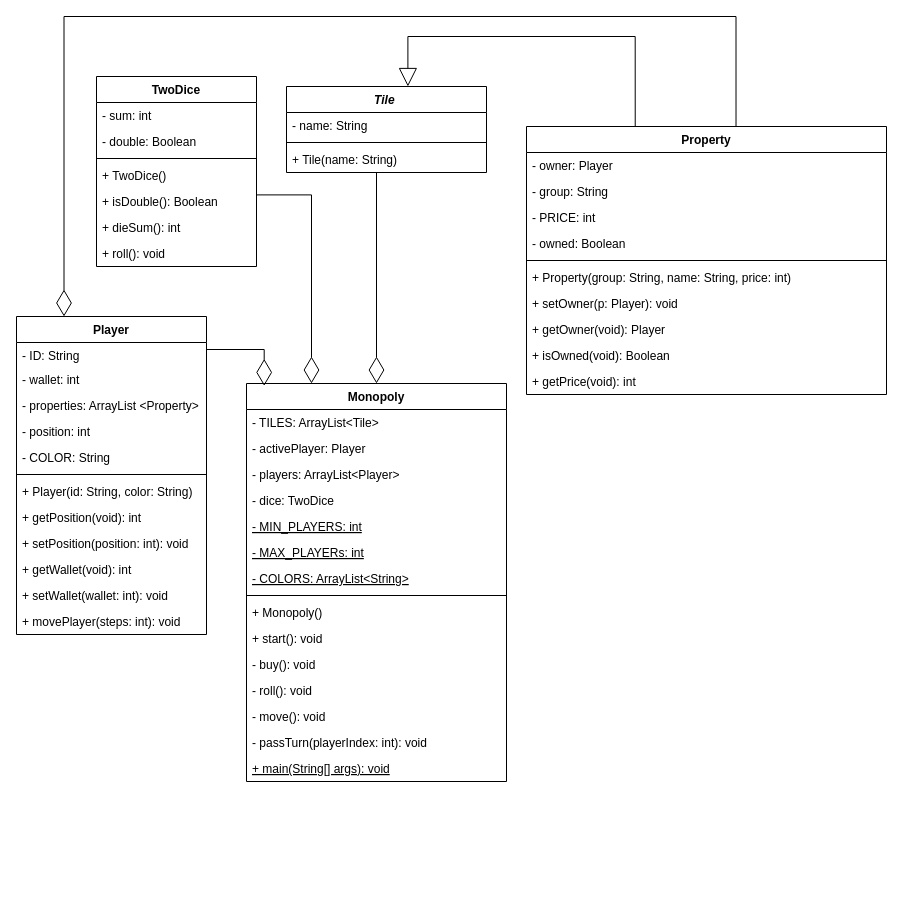
The draw.io diagram MonoplyMilestone1.drawio in MiniEinsteinD/MonopolyGame, before the edit. Source tidied: cells renumbered, new cells numbered last; positions are measured from the earlier drawing's top-left corner, leaving out a move shared by most shapes. Both pictures are drawn from the tidied source at 100%, with x=0, y=0 at pixel (16, 16).
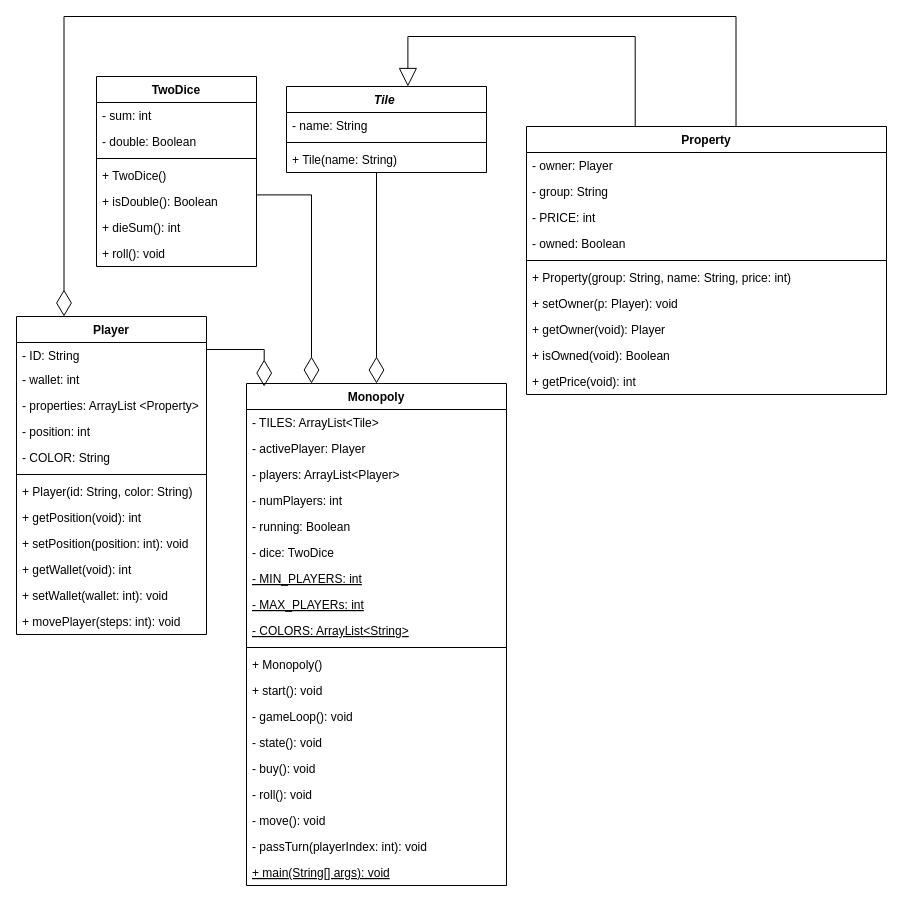
Above is the later version.

The edit, as a diff of the source:
```diff
@@
     <mxCell id="30" value="Monopoly" style="swimlane;fontStyle=1;align=center;verticalAlign=top;horizontal=1;startSize=26;" parent="1" vertex="1">
-      <mxGeometry x="230" y="367" width="260" height="398" as="geometry" />
+      <mxGeometry x="230" y="367" width="260" height="502" as="geometry" />
     </mxCell>
@@
+    <mxCell id="59" value="- numPlayers: int" style="text;strokeColor=none;fillColor=none;align=left;verticalAlign=top;spacingLeft=4;spacingRight=4;overflow=hidden;" parent="30" vertex="1">
+      <mxGeometry y="104" width="260" height="26" as="geometry" />
+    </mxCell>
+    <mxCell id="60" value="- running: Boolean" style="text;strokeColor=none;fillColor=none;align=left;verticalAlign=top;spacingLeft=4;spacingRight=4;overflow=hidden;" parent="30" vertex="1">
+      <mxGeometry y="130" width="260" height="26" as="geometry" />
+    </mxCell>
     <mxCell id="34" value="- dice: TwoDice" style="text;strokeColor=none;fillColor=none;align=left;verticalAlign=top;spacingLeft=4;spacingRight=4;overflow=hidden;" parent="30" vertex="1">
-      <mxGeometry y="104" width="260" height="26" as="geometry" />
+      <mxGeometry y="156" width="260" height="26" as="geometry" />
     </mxCell>
     <mxCell id="35" value="- MIN_PLAYERS: int" style="text;strokeColor=none;fillColor=none;align=left;verticalAlign=top;spacingLeft=4;spacingRight=4;overflow=hidden;fontStyle=4;" parent="30" vertex="1">
-      <mxGeometry y="130" width="260" height="26" as="geometry" />
+      <mxGeometry y="182" width="260" height="26" as="geometry" />
     </mxCell>
     <mxCell id="36" value="- MAX_PLAYERs: int" style="text;strokeColor=none;fillColor=none;align=left;verticalAlign=top;spacingLeft=4;spacingRight=4;overflow=hidden;fontStyle=4;" parent="30" vertex="1">
-      <mxGeometry y="156" width="260" height="26" as="geometry" />
+      <mxGeometry y="208" width="260" height="26" as="geometry" />
     </mxCell>
     <mxCell id="37" value="- COLORS: ArrayList&lt;String&gt;" style="text;strokeColor=none;fillColor=none;align=left;verticalAlign=top;spacingLeft=4;spacingRight=4;overflow=hidden;fontStyle=4;" parent="30" vertex="1">
-      <mxGeometry y="182" width="260" height="26" as="geometry" />
+      <mxGeometry y="234" width="260" height="26" as="geometry" />
     </mxCell>
     <mxCell id="38" style="line;strokeWidth=1;fillColor=none;align=left;verticalAlign=middle;spacingTop=-1;spacingLeft=3;spacingRight=3;labelPosition=right;" parent="30" vertex="1">
-      <mxGeometry y="208" width="260" height="8" as="geometry" />
+      <mxGeometry y="260" width="260" height="8" as="geometry" />
     </mxCell>
     <mxCell id="39" value="+ Monopoly()" style="text;strokeColor=none;fillColor=none;align=left;verticalAlign=top;spacingLeft=4;spacingRight=4;overflow=hidden;" parent="30" vertex="1">
-      <mxGeometry y="216" width="260" height="26" as="geometry" />
+      <mxGeometry y="268" width="260" height="26" as="geometry" />
     </mxCell>
     <mxCell id="40" value="+ start(): void" style="text;strokeColor=none;fillColor=none;align=left;verticalAlign=top;spacingLeft=4;spacingRight=4;overflow=hidden;" parent="30" vertex="1">
-      <mxGeometry y="242" width="260" height="26" as="geometry" />
+      <mxGeometry y="294" width="260" height="26" as="geometry" />
     </mxCell>
+    <mxCell id="61" value="- gameLoop(): void" style="text;strokeColor=none;fillColor=none;align=left;verticalAlign=top;spacingLeft=4;spacingRight=4;overflow=hidden;" parent="30" vertex="1">
+      <mxGeometry y="320" width="260" height="26" as="geometry" />
+    </mxCell>
+    <mxCell id="62" value="- state(): void" style="text;strokeColor=none;fillColor=none;align=left;verticalAlign=top;spacingLeft=4;spacingRight=4;overflow=hidden;" parent="30" vertex="1">
+      <mxGeometry y="346" width="260" height="26" as="geometry" />
+    </mxCell>
     <mxCell id="41" value="- buy(): void" style="text;strokeColor=none;fillColor=none;align=left;verticalAlign=top;spacingLeft=4;spacingRight=4;overflow=hidden;" parent="30" vertex="1">
-      <mxGeometry y="268" width="260" height="26" as="geometry" />
+      <mxGeometry y="372" width="260" height="26" as="geometry" />
     </mxCell>
     <mxCell id="42" value="- roll(): void " style="text;strokeColor=none;fillColor=none;align=left;verticalAlign=top;spacingLeft=4;spacingRight=4;overflow=hidden;" parent="30" vertex="1">
-      <mxGeometry y="294" width="260" height="26" as="geometry" />
+      <mxGeometry y="398" width="260" height="26" as="geometry" />
     </mxCell>
     <mxCell id="43" value="- move(): void" style="text;strokeColor=none;fillColor=none;align=left;verticalAlign=top;spacingLeft=4;spacingRight=4;overflow=hidden;" parent="30" vertex="1">
-      <mxGeometry y="320" width="260" height="26" as="geometry" />
+      <mxGeometry y="424" width="260" height="26" as="geometry" />
     </mxCell>
     <mxCell id="44" value="- passTurn(playerIndex: int): void " style="text;strokeColor=none;fillColor=none;align=left;verticalAlign=top;spacingLeft=4;spacingRight=4;overflow=hidden;" parent="30" vertex="1">
-      <mxGeometry y="346" width="260" height="26" as="geometry" />
+      <mxGeometry y="450" width="260" height="26" as="geometry" />
     </mxCell>
     <mxCell id="45" value="+ main(String[] args): void" style="text;strokeColor=none;fillColor=none;align=left;verticalAlign=top;spacingLeft=4;spacingRight=4;overflow=hidden;fontStyle=4;" parent="30" vertex="1">
-      <mxGeometry y="372" width="260" height="26" as="geometry" />
+      <mxGeometry y="476" width="260" height="26" as="geometry" />
     </mxCell>
```
